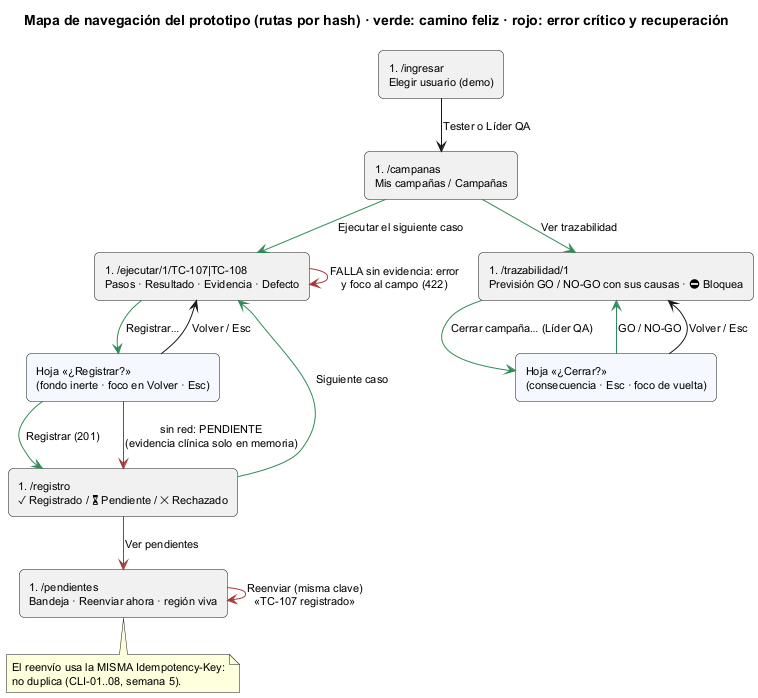
bquiroao/practica-laravel13 keeps this PlantUML diagram as docs/modulos/qa-regresion-defectos/semana-11/diagramas/semana-11-mapa-navegacion.png. Above is the earlier version.
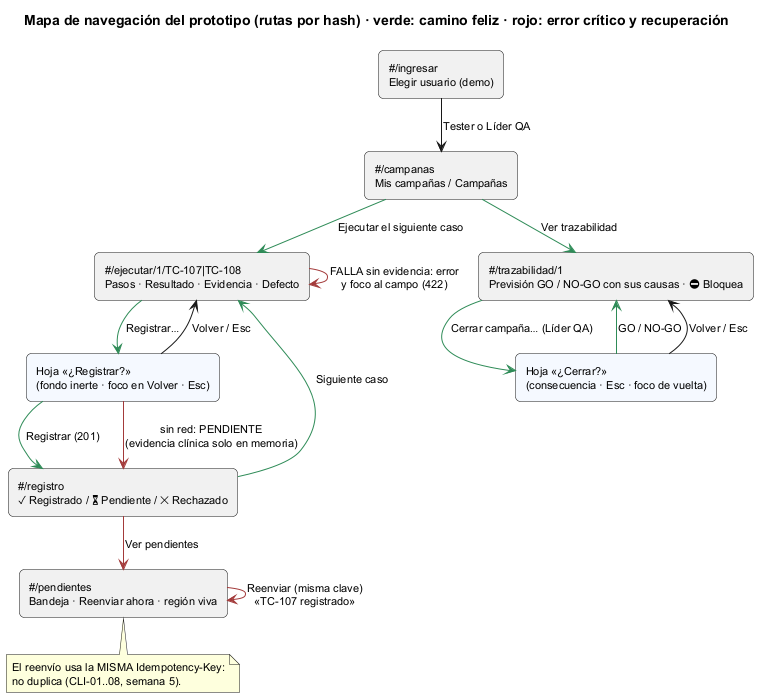
The same diagram one commit later.

What changed in the source:
```diff
@@ -4,13 +4,13 @@
 skinparam defaultFontSize 11
 skinparam rectangleRoundCorner 10
 
-rectangle "#/ingresar\nElegir usuario (demo)" as I
-rectangle "#/campanas\nMis campañas / Campañas" as C
-rectangle "#/ejecutar/1/TC-107|TC-108\nPasos · Resultado · Evidencia · Defecto" as E
+rectangle "<U+0023>/ingresar\nElegir usuario (demo)" as I
+rectangle "<U+0023>/campanas\nMis campañas / Campañas" as C
+rectangle "<U+0023>/ejecutar/1/TC-107|TC-108\nPasos · Resultado · Evidencia · Defecto" as E
 rectangle "Hoja «¿Registrar?»\n(fondo inerte · foco en Volver · Esc)" as H1 #F5F9FF
-rectangle "#/registro\n✓ Registrado / ⏳ Pendiente / ✕ Rechazado" as R
-rectangle "#/pendientes\nBandeja · Reenviar ahora · región viva" as P
-rectangle "#/trazabilidad/1\nPrevisión GO / NO-GO con sus causas · ⛔ Bloquea" as T
+rectangle "<U+0023>/registro\n✓ Registrado / ⏳ Pendiente / ✕ Rechazado" as R
+rectangle "<U+0023>/pendientes\nBandeja · Reenviar ahora · región viva" as P
+rectangle "<U+0023>/trazabilidad/1\nPrevisión GO / NO-GO con sus causas · ⛔ Bloquea" as T
 rectangle "Hoja «¿Cerrar?»\n(consecuencia · Esc · foco de vuelta)" as H2 #F5F9FF
 
 I --> C : Tester o Líder QA
```
